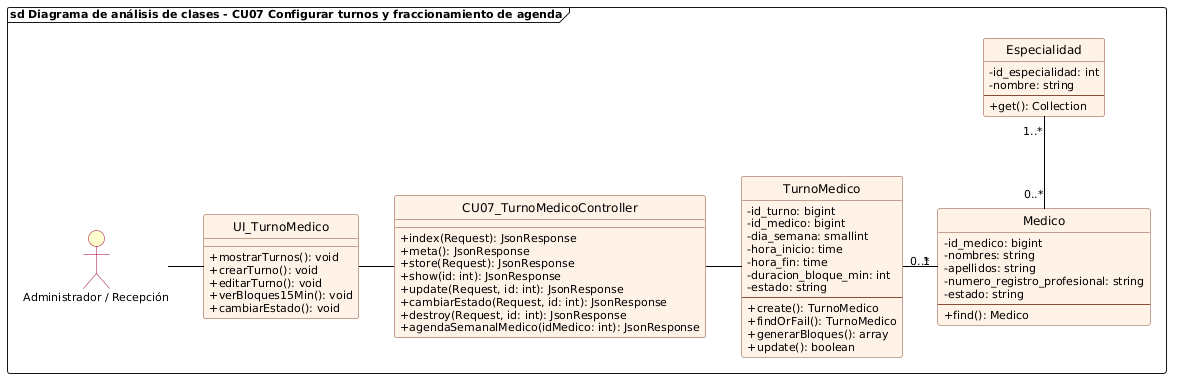
The PlantUML diagram diagramas/cu07_analisis_configurar_turnos.png in DiogoMars777/CITAS_MEDICAS, before a commit.
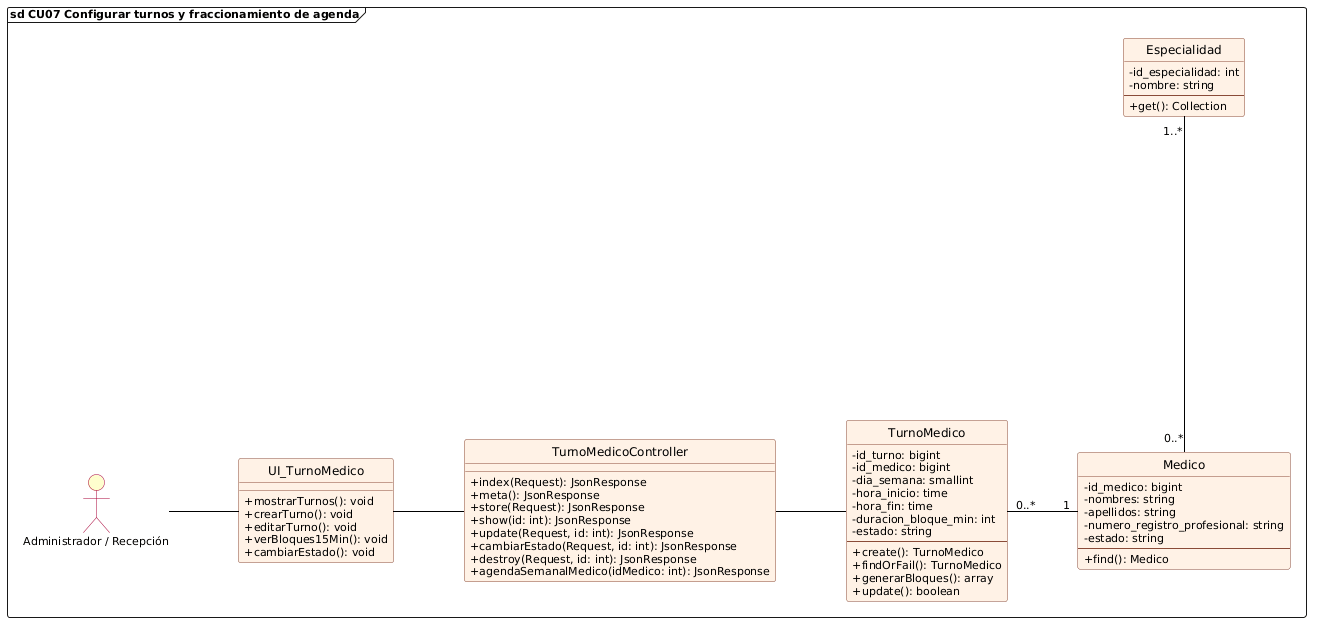
After the change.

Change to the diagram source:
```diff
@@ -1,6 +1,9 @@
 @startuml cu07_analisis_configurar_turnos
 allowmixing
 
+skinparam linetype ortho
+skinparam nodesep 70
+skinparam ranksep 60
 skinparam backgroundColor white
 skinparam defaultFontName "Segoe UI"
 skinparam defaultFontSize 11
@@ -21,7 +24,7 @@
     BorderColor #A80036
 }
 
-frame "sd Diagrama de análisis de clases - CU07 Configurar turnos y fraccionamiento de agenda" {
+frame "sd CU07 Configurar turnos y fraccionamiento de agenda" {
     actor "Administrador / Recepción" as Admin
 
     class UI_TurnoMedico {
@@ -32,7 +35,7 @@
         + cambiarEstado(): void
     }
 
-    class CU07_TurnoMedicoController {
+    class TurnoMedicoController {
         + index(Request): JsonResponse
         + meta(): JsonResponse
         + store(Request): JsonResponse
@@ -76,10 +79,10 @@
     }
 
     Admin -right- UI_TurnoMedico
-    UI_TurnoMedico -right- CU07_TurnoMedicoController
-    CU07_TurnoMedicoController -right- TurnoMedico
+    UI_TurnoMedico -right- TurnoMedicoController
+    TurnoMedicoController -right- TurnoMedico
 
-    TurnoMedico "0..*" -right- "1" Medico
-    Medico "0..*" -up- "1..*" Especialidad
+    TurnoMedico "0..*" ---right--- "1" Medico
+    Medico "0..*" ---up--- "1..*" Especialidad
 }
 @enduml
```
